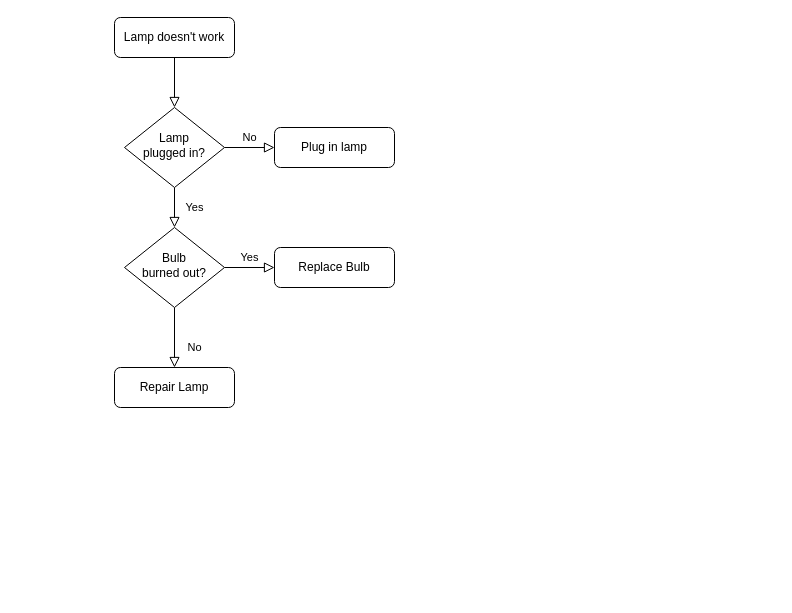
Earlier version of the draw.io diagram Untitled Diagram.drawio (DaniPenzias/Shambi-Keyboard-Free_Computer_Control). Source tidied: cells renumbered, new cells numbered last; positions are measured from the earlier drawing's top-left corner, leaving out a move shared by most shapes. Both pictures are drawn from the tidied source at 100%, with x=0, y=0 at pixel (114, 17).
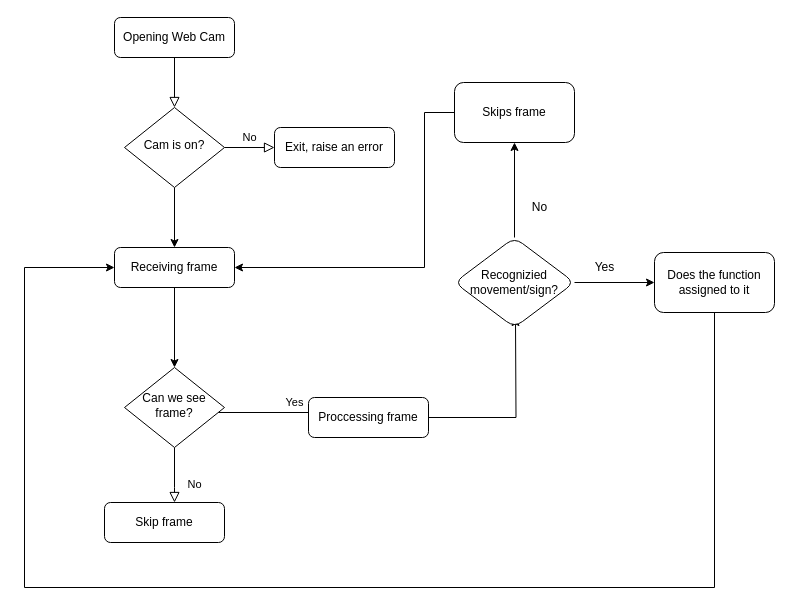
The same page after the edit.

Change to the diagram source:
```diff
@@
-    <mxCell id="3" value="Lamp doesn't work" style="rounded=1;whiteSpace=wrap;html=1;fontSize=12;glass=0;strokeWidth=1;shadow=0;" parent="1" vertex="1">
+    <mxCell id="3" value="Opening Web Cam" style="rounded=1;whiteSpace=wrap;html=1;fontSize=12;glass=0;strokeWidth=1;shadow=0;" parent="1" vertex="1">
       <mxGeometry width="120" height="40" as="geometry" />
     </mxCell>
-    <mxCell id="4" value="Yes" style="rounded=0;html=1;jettySize=auto;fontSize=11;endArrow=block;endFill=0;endSize=8;strokeWidth=1;shadow=0;labelBackgroundColor=none;edgeStyle=orthogonalEdgeStyle;" parent="1" edge="1" source="6" target="10">
-      <mxGeometry y="20" relative="1" as="geometry" />
-    </mxCell>
@@
+    <mxCell id="13" style="edgeStyle=orthogonalEdgeStyle;rounded=0;jettySize=auto;html=1;" parent="1" edge="1" source="6" target="16">
+      <mxGeometry relative="1" as="geometry" />
+    </mxCell>
-    <mxCell id="6" value="Lamp&lt;br&gt;plugged in?" style="rhombus;whiteSpace=wrap;html=1;shadow=0;fontFamily=Helvetica;fontSize=12;align=center;strokeWidth=1;spacing=6;spacingTop=-4;" parent="1" vertex="1">
+    <mxCell id="6" value="Cam is on?" style="rhombus;whiteSpace=wrap;html=1;shadow=0;fontFamily=Helvetica;fontSize=12;align=center;strokeWidth=1;spacing=6;spacingTop=-4;" parent="1" vertex="1">
       <mxGeometry x="10" y="90" width="100" height="80" as="geometry" />
     </mxCell>
-    <mxCell id="7" value="Plug in lamp" style="rounded=1;whiteSpace=wrap;html=1;fontSize=12;glass=0;strokeWidth=1;shadow=0;" parent="1" vertex="1">
+    <mxCell id="7" value="Exit, raise an error" style="rounded=1;whiteSpace=wrap;html=1;fontSize=12;glass=0;strokeWidth=1;shadow=0;" parent="1" vertex="1">
       <mxGeometry x="160" y="110" width="120" height="40" as="geometry" />
     </mxCell>
     <mxCell id="8" value="No" style="rounded=0;html=1;jettySize=auto;fontSize=11;endArrow=block;endFill=0;endSize=8;strokeWidth=1;shadow=0;labelBackgroundColor=none;edgeStyle=orthogonalEdgeStyle;" parent="1" edge="1" source="10" target="11">
-      <mxGeometry x="0.33" y="20" relative="1" as="geometry" />
+      <mxGeometry x="0.33" y="20" relative="1" as="geometry">
+        <Array as="points">
+          <mxPoint x="60" y="470" />
+          <mxPoint x="60" y="470" />
+        </Array>
+      </mxGeometry>
     </mxCell>
-    <mxCell id="9" value="Yes" style="edgeStyle=orthogonalEdgeStyle;rounded=0;html=1;jettySize=auto;fontSize=11;endArrow=block;endFill=0;endSize=8;strokeWidth=1;shadow=0;labelBackgroundColor=none;" parent="1" edge="1" source="10" target="12">
-      <mxGeometry y="10" relative="1" as="geometry" />
+    <mxCell id="9" value="Yes" style="edgeStyle=orthogonalEdgeStyle;rounded=0;html=1;jettySize=auto;fontSize=11;endArrow=block;endFill=0;endSize=8;strokeWidth=1;shadow=0;labelBackgroundColor=none;entryX=0;entryY=0.5;entryDx=0;entryDy=0;" parent="1" edge="1" source="10" target="12">
+      <mxGeometry y="10" relative="1" as="geometry">
+        <Array as="points">
+          <mxPoint x="222" y="395" />
+        </Array>
+      </mxGeometry>
     </mxCell>
-    <mxCell id="10" value="Bulb&lt;br&gt;burned out?" style="rhombus;whiteSpace=wrap;html=1;shadow=0;fontFamily=Helvetica;fontSize=12;align=center;strokeWidth=1;spacing=6;spacingTop=-4;" parent="1" vertex="1">
-      <mxGeometry x="10" y="210" width="100" height="80" as="geometry" />
+    <mxCell id="10" value="Can we see frame?" style="rhombus;whiteSpace=wrap;html=1;shadow=0;fontFamily=Helvetica;fontSize=12;align=center;strokeWidth=1;spacing=6;spacingTop=-4;" parent="1" vertex="1">
+      <mxGeometry x="10" y="350" width="100" height="80" as="geometry" />
     </mxCell>
-    <mxCell id="11" value="Repair Lamp" style="rounded=1;whiteSpace=wrap;html=1;fontSize=12;glass=0;strokeWidth=1;shadow=0;" parent="1" vertex="1">
-      <mxGeometry y="350" width="120" height="40" as="geometry" />
+    <mxCell id="11" value="Skip frame" style="rounded=1;whiteSpace=wrap;html=1;fontSize=12;glass=0;strokeWidth=1;shadow=0;" parent="1" vertex="1">
+      <mxGeometry x="-10" y="485" width="120" height="40" as="geometry" />
     </mxCell>
+    <mxCell id="14" style="edgeStyle=orthogonalEdgeStyle;rounded=0;jettySize=auto;html=1;" parent="1" edge="1" source="12">
+      <mxGeometry relative="1" as="geometry">
+        <mxPoint x="401" y="300" as="targetPoint" />
+      </mxGeometry>
+    </mxCell>
-    <mxCell id="12" value="Replace Bulb" style="rounded=1;whiteSpace=wrap;html=1;fontSize=12;glass=0;strokeWidth=1;shadow=0;" parent="1" vertex="1">
-      <mxGeometry x="160" y="230" width="120" height="40" as="geometry" />
+    <mxCell id="12" value="Proccessing frame" style="rounded=1;whiteSpace=wrap;html=1;fontSize=12;glass=0;strokeWidth=1;shadow=0;" parent="1" vertex="1">
+      <mxGeometry x="194" y="380" width="120" height="40" as="geometry" />
     </mxCell>
+    <mxCell id="15" style="edgeStyle=orthogonalEdgeStyle;rounded=0;jettySize=auto;html=1;" parent="1" edge="1" source="16" target="10">
+      <mxGeometry relative="1" as="geometry" />
+    </mxCell>
+    <mxCell id="16" value="Receiving frame" style="rounded=1;whiteSpace=wrap;html=1;fontSize=12;glass=0;strokeWidth=1;shadow=0;" parent="1" vertex="1">
+      <mxGeometry y="230" width="120" height="40" as="geometry" />
+    </mxCell>
+    <mxCell id="17" style="edgeStyle=orthogonalEdgeStyle;rounded=0;jettySize=auto;html=1;" parent="1" edge="1" source="19" target="21">
+      <mxGeometry relative="1" as="geometry" />
+    </mxCell>
+    <mxCell id="18" style="edgeStyle=orthogonalEdgeStyle;rounded=0;jettySize=auto;html=1;" parent="1" edge="1" source="19" target="23">
+      <mxGeometry relative="1" as="geometry" />
+    </mxCell>
+    <mxCell id="19" value="Recognizied movement/sign?" style="rhombus;whiteSpace=wrap;html=1;rounded=1;" parent="1" vertex="1">
+      <mxGeometry x="340" y="220" width="120" height="90" as="geometry" />
+    </mxCell>
+    <mxCell id="20" style="edgeStyle=orthogonalEdgeStyle;rounded=0;jettySize=auto;html=1;entryX=0;entryY=0.5;entryDx=0;entryDy=0;" parent="1" edge="1" source="21" target="16">
+      <mxGeometry relative="1" as="geometry">
+        <Array as="points">
+          <mxPoint x="600" y="570" />
+          <mxPoint x="-90" y="570" />
+          <mxPoint x="-90" y="250" />
+        </Array>
+      </mxGeometry>
+    </mxCell>
+    <mxCell id="21" value="Does the function assigned to it" style="whiteSpace=wrap;html=1;rounded=1;" parent="1" vertex="1">
+      <mxGeometry x="540" y="235" width="120" height="60" as="geometry" />
+    </mxCell>
+    <mxCell id="4" value="Yes" style="text;html=1;align=center;verticalAlign=middle;strokeColor=none;fillColor=none;" parent="1" vertex="1">
+      <mxGeometry x="470" y="240" width="40" height="20" as="geometry" />
+    </mxCell>
+    <mxCell id="22" style="edgeStyle=orthogonalEdgeStyle;rounded=0;jettySize=auto;html=1;entryX=1;entryY=0.5;entryDx=0;entryDy=0;" parent="1" edge="1" source="23" target="16">
+      <mxGeometry relative="1" as="geometry">
+        <Array as="points">
+          <mxPoint x="310" y="95" />
+          <mxPoint x="310" y="250" />
+        </Array>
+      </mxGeometry>
+    </mxCell>
+    <mxCell id="23" value="Skips frame" style="whiteSpace=wrap;html=1;rounded=1;" parent="1" vertex="1">
+      <mxGeometry x="340" y="65" width="120" height="60" as="geometry" />
+    </mxCell>
+    <mxCell id="24" value="No" style="text;html=1;align=center;verticalAlign=middle;strokeColor=none;fillColor=none;" parent="1" vertex="1">
+      <mxGeometry x="410" y="180" width="30" height="20" as="geometry" />
+    </mxCell>
```
